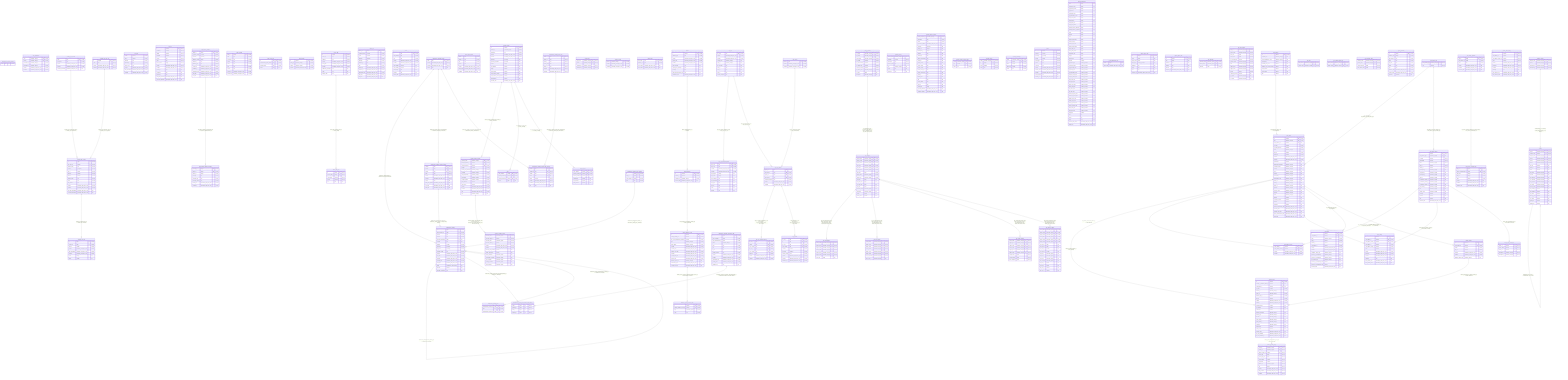
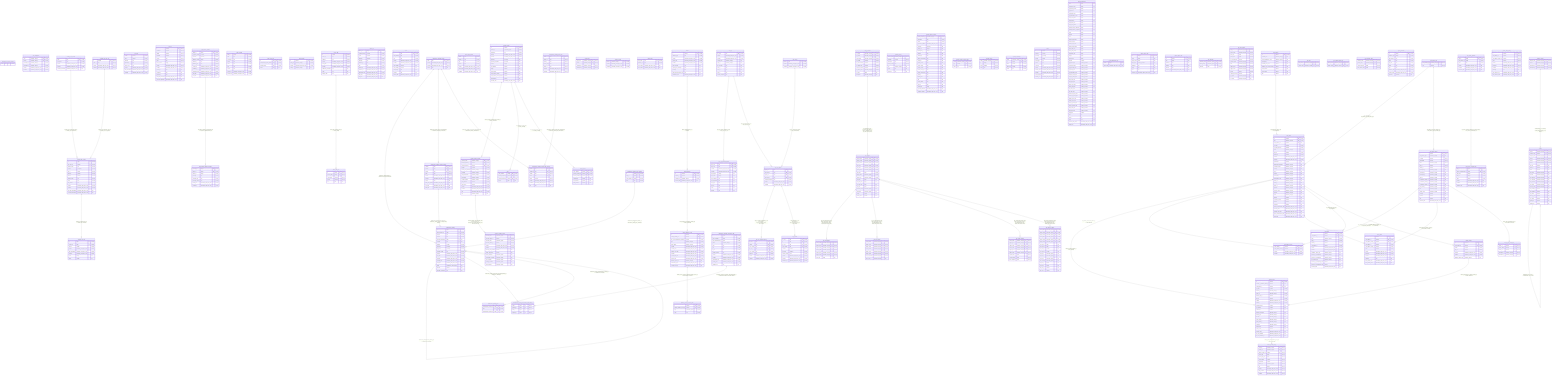
erDiagram

    allowed_tms_sensor_constant {
        name text PK "not null"
    }

    camera_preset {
        id numeric PK "not null"
        nearest_rd_weather_station_id numeric FK "null"
        road_station_id numeric FK "null"
        is_public boolean "not null"
        camera_id character_varying "not null"
        preset_id character_varying "not null"
        camera_lotju_id numeric "not null"
        lotju_id numeric "not null"
        created timestamp_with_time_zone "not null"
        modified timestamp_with_time_zone "not null"
        default_direction boolean "null"
        in_collection boolean "null"
        publishable boolean "null"
        camera_description character_varying "null"
        camera_type character_varying "null"
        direction character_varying "null"
        preset_name_1 character_varying "null"
        preset_name_2 character_varying "null"
        resolution character_varying "null"
        compression numeric "null"
        preset_order numeric "null"
        obsolete_date timestamp_with_time_zone "null"
        pic_last_modified timestamp_with_time_zone "null"
        pic_last_modified_db timestamp_with_time_zone "null"
    }

    camera_preset_history {
        preset_id character_varying PK "not null"
        version_id character_varying PK "not null"
        camera_preset_id numeric FK "not null"
        preset_seq bigint "not null"
        preset_seq_prev bigint "not null"
        preset_public boolean "not null"
        publishable boolean "not null"
        camera_id character_varying "not null"
        size integer "not null"
        created timestamp_with_time_zone "not null"
        last_modified timestamp_with_time_zone "not null"
        modified timestamp_with_time_zone "not null"
    }

    code_description {
        code character_varying PK "not null"
        domain character_varying PK "not null"
        description_en character_varying "not null"
        description_fi character_varying "not null"
        created timestamp_with_time_zone "not null"
        modified timestamp_with_time_zone "not null"
    }

    counting_site_counter {
        id bigint PK "not null"
        user_type_id smallint FK "not null"
        domain_name text FK "not null"
        location geography "not null"
        site_id integer "not null"
        direction smallint "not null"
        interval smallint "not null"
        domain_name text "not null"
        name text "not null"
        site_domain text "not null"
        created timestamp_with_time_zone "not null"
        modified timestamp_with_time_zone "not null"
        last_data_timestamp timestamp_with_time_zone "null"
        removed_timestamp timestamp_with_time_zone "null"
    }

    counting_site_data {
        id bigint PK "not null"
        counter_id bigint FK "not null"
        interval smallint "not null"
        created timestamp_with_time_zone "not null"
        data_timestamp timestamp_with_time_zone "not null"
        modified timestamp_with_time_zone "not null"
        count integer "null"
        status smallint "null"
    }

    counting_site_domain {
        name text PK "not null"
        description text "not null"
        created timestamp_with_time_zone "not null"
        modified timestamp_with_time_zone "not null"
        removed_timestamp timestamp_with_time_zone "null"
    }

    counting_site_user_type {
        id smallint PK "not null"
        name text "not null"
        created timestamp_with_time_zone "not null"
        modified timestamp_with_time_zone "not null"
    }

    cs2_data {
        counts numeric "not null"
        site_id numeric "not null"
        direction text "not null"
        granularity text "not null"
        travel_mode text "not null"
        created timestamp_with_time_zone "not null"
        data_timestamp timestamp_with_time_zone "not null"
        modified timestamp_with_time_zone "not null"
    }

    cs2_site {
        id numeric PK "not null"
        directional boolean "not null"
        latitude numeric "not null"
        longitude numeric "not null"
        domain text "not null"
        name text "not null"
        travel_modes text[] "not null"
        created timestamp_with_time_zone "not null"
        modified timestamp_with_time_zone "not null"
        custom_id text "null"
        description text "null"
        granularity text "null"
        last_data_timestamp timestamp_with_time_zone "null"
        removed_timestamp timestamp_with_time_zone "null"
    }

    data_datex2_situation {
        datex2_id integer PK "not null"
        is_latest_version boolean "not null"
        geometry geometry "not null"
        situation_version integer "not null"
        situation_id text "not null"
        situation_type text "not null"
        created_at timestamp_with_time_zone "not null"
        modified_at timestamp_with_time_zone "not null"
        publication_time timestamp_with_time_zone "not null"
        start_time timestamp_with_time_zone "not null"
        end_time timestamp_with_time_zone "null"
    }

    data_datex2_situation_message {
        message_id integer PK "not null"
        datex2_id integer FK "not null"
        datex2_id integer "not null"
        message text "not null"
        message_type text "not null"
        message_version text "not null"
        created_at timestamp_with_time_zone "not null"
        modified_at timestamp_with_time_zone "not null"
    }

    data_incoming {
        data_id integer PK "not null"
        data text "not null"
        message_id text "not null"
        source text "not null"
        status text "not null"
        type text "not null"
        version text "not null"
        created_at timestamp_with_time_zone "not null"
        modified_at timestamp_with_time_zone "not null"
    }

    data_source_info {
        id text PK "not null"
        recommended_fetch_interval text "not null"
        update_interval text "not null"
        source text "null"
    }

    data_updated {
        id numeric PK "not null"
        data_type character_varying "not null"
-         subtype character_varying "not null"
        updated timestamp_with_time_zone "not null"
+         subtype character_varying "null"
    }

    datex2 {
        id numeric PK "not null"
        situation_type text "not null"
        created timestamp_with_time_zone "not null"
        import_date timestamp_with_time_zone "not null"
        modified timestamp_with_time_zone "not null"
        json_message json "null"
        original_json_message json "null"
        message text "null"
        traffic_announcement_type text "null"
        publication_time timestamp_with_time_zone "null"
    }

    datex2_rtti {
        datex2_id integer PK "not null"
        is_latest_version boolean "not null"
        is_srti boolean "not null"
        geometry geometry "not null"
        message text "not null"
        situation_id text "not null"
        type text "not null"
        created_at timestamp_with_time_zone "not null"
        modified_at timestamp_with_time_zone "not null"
        publication_time timestamp_with_time_zone "not null"
        start_time timestamp_with_time_zone "not null"
        end_time timestamp_with_time_zone "null"
    }

    datex2_situation {
        id numeric PK "not null"
        datex2_id numeric FK "not null"
        situation_id character_varying "not null"
        version_time timestamp_with_time_zone "null"
    }

    datex2_situation_record {
        id numeric PK "not null"
        datex2_situation_id numeric FK "not null"
        life_cycle_management_canceled boolean "not null"
        type character_varying "not null"
        validy_status character_varying "not null"
        created timestamp_with_time_zone "not null"
        creation_time timestamp_with_time_zone "not null"
        effective_end_time timestamp_with_time_zone "not null"
        modified timestamp_with_time_zone "not null"
        overall_start_time timestamp_with_time_zone "not null"
        version_time timestamp_with_time_zone "not null"
        situation_record_id character_varying "null"
        observation_time timestamp_with_time_zone "null"
        overall_end_time timestamp_with_time_zone "null"
    }

    device {
        id text PK "not null"
        road_address text "not null"
        type text "not null"
        created timestamp_with_time_zone "not null"
        modified timestamp_with_time_zone "not null"
        etrs_tm35fin_x numeric "null"
        etrs_tm35fin_y numeric "null"
        carriageway text "null"
        direction text "null"
        deleted_date timestamp_with_time_zone "null"
    }

    device_data {
        id integer PK "not null"
        device_id text "not null"
        reliability text "not null"
        created timestamp_with_time_zone "not null"
        effect_date timestamp_with_time_zone "not null"
        modified timestamp_with_time_zone "not null"
        additional_information text "null"
        cause text "null"
        display_value text "null"
    }

    device_data_datex2 {
        datex2 text "not null"
        device_id text "not null"
        type text "not null"
        version text "not null"
        created timestamp_with_time_zone "not null"
        effect_date timestamp_with_time_zone "not null"
        modified timestamp_with_time_zone "null"
    }

    device_data_row {
        id integer PK "not null"
        device_data_id integer FK "not null"
        row_number numeric "not null"
        screen numeric "not null"
        text text "null"
    }

    forecast_condition_reason {
        forecast_name character_varying PK "not null"
        forecast_section_id numeric PK "not null"
        forecast_name character_varying FK "not null"
        forecast_section_id numeric FK "not null"
        created timestamp_with_time_zone "not null"
        modified timestamp_with_time_zone "not null"
        freezing_rain_condition boolean "null"
        winter_slipperiness boolean "null"
        friction_condition character_varying "null"
        precipitation_condition character_varying "null"
        road_condition character_varying "null"
        visibility_condition character_varying "null"
        wind_condition character_varying "null"
    }

    forecast_section {
        id numeric PK "not null"
        natural_id character_varying "not null"
        description text "not null"
        created timestamp_with_time_zone "not null"
        modified timestamp_with_time_zone "not null"
        geometry geometry "null"
        geometry_simplified geometry "null"
        version integer "null"
        end_distance numeric "null"
        length numeric "null"
        road_number numeric "null"
        road_section_number numeric "null"
        road_section_version_number numeric "null"
        start_distance numeric "null"
        obsolete_date timestamp_with_time_zone "null"
    }

    forecast_section_weather {
        forecast_name character_varying PK "not null"
        forecast_section_id numeric PK "not null"
        forecast_section_id numeric FK "not null"
        daylight boolean "not null"
        overall_road_condition character_varying "not null"
        reliability character_varying "not null"
        road_temperature character_varying "not null"
        temperature character_varying "not null"
        weather_symbol character_varying "not null"
        wind_direction numeric "not null"
        wind_speed numeric "not null"
        created timestamp_with_time_zone "not null"
        modified timestamp_with_time_zone "not null"
        time timestamp_with_time_zone "not null"
        type character_varying "null"
    }

    link_id {
        order_number integer PK "not null"
        forecast_section_id numeric PK "not null"
        forecast_section_id numeric FK "not null"
        link_id bigint "null"
    }

    location {
        version character_varying PK "not null"
        location_code numeric PK "not null"
        subtype_code character_varying FK "not null"
        version character_varying FK "not null"
        version character_varying FK "not null"
        version character_varying FK "not null"
        area_ref numeric FK "null"
        linear_ref numeric FK "null"
        urban boolean "null"
        first_name character_varying "null"
        geocode character_varying "null"
        neg_direction character_varying "null"
        pos_direction character_varying "null"
        road_junction character_varying "null"
        road_name character_varying "null"
        second_name character_varying "null"
        etrs_tm35fin_x numeric "null"
        etrs_tm35fin_y numeric "null"
        neg_offset numeric "null"
        order_of_point numeric "null"
        pos_offset numeric "null"
        wgs84_lat numeric "null"
        wgs84_long numeric "null"
    }

    location_subtype {
        subtype_code character_varying PK "not null"
        version character_varying PK "not null"
        description_en character_varying "not null"
        description_fi character_varying "not null"
    }

    location_type {
        type_code character_varying PK "not null"
        version character_varying PK "not null"
        description_en character_varying "not null"
        description_fi character_varying "not null"
    }

    location_version {
        version character_varying PK "not null"
        created timestamp_with_time_zone "not null"
        modified timestamp_with_time_zone "not null"
    }

    locking_table {
        lock_name text PK "not null"
        instance_id text "not null"
        lock_expires timestamp_with_time_zone "null"
        lock_locked timestamp_with_time_zone "null"
    }

    maintenance_tracking {
        id bigint PK "not null"
        work_machine_id bigint FK "not null"
        domain text FK "not null"
        domain text FK "not null"
        previous_tracking_id bigint FK "null"
        contract text FK "null"
        finished boolean "not null"
        geometry geometry "not null"
        last_point geometry "not null"
        sending_system text "not null"
        created timestamp_with_time_zone "not null"
        end_time timestamp_with_time_zone "not null"
        modified timestamp_with_time_zone "not null"
        sending_time timestamp_with_time_zone "not null"
        start_time timestamp_with_time_zone "not null"
        tasks maintenance_task_enum[] "null"
        direction numeric "null"
        message_original_id text "null"
    }

    maintenance_tracking_domain {
        name text PK "not null"
        created timestamp_with_time_zone "not null"
        modified timestamp_with_time_zone "not null"
        source text "null"
    }

    maintenance_tracking_domain_contract {
        contract text PK "not null"
        domain text PK "not null"
        domain text FK "not null"
        name text "not null"
        created timestamp_with_time_zone "not null"
        modified timestamp_with_time_zone "not null"
        source text "null"
        data_last_updated timestamp_with_time_zone "null"
        end_date timestamp_with_time_zone "null"
        start_date timestamp_with_time_zone "null"
    }

    maintenance_tracking_domain_task_mapping {
        domain text PK "not null"
        original_id text PK "not null"
        domain text FK "not null"
        name text FK "null"
        ignore boolean "not null"
        created timestamp_with_time_zone "not null"
        modified timestamp_with_time_zone "not null"
        info text "null"
    }

    maintenance_tracking_observation_data {
        id bigint PK "not null"
        harja_contract_id bigint "not null"
        harja_workmachine_id bigint "not null"
        status character_varying "not null"
        hash text "not null"
        json text "not null"
        s3_uri text "not null"
        sending_system text "not null"
        created timestamp_with_time_zone "not null"
        modified timestamp_with_time_zone "not null"
        observation_time timestamp_with_time_zone "not null"
        sending_time timestamp_with_time_zone "not null"
        handling_info text "null"
    }

    maintenance_tracking_observation_data_tracking {
        data_id bigint PK "not null"
        tracking_id bigint PK "not null"
        data_id bigint FK "not null"
        tracking_id bigint FK "not null"
    }

    maintenance_tracking_task {
        maintenance_tracking_id bigint PK "not null"
        task text PK "not null"
        maintenance_tracking_id bigint FK "not null"
    }

    maintenance_tracking_task_value {
        name text PK "not null"
        name_en text "not null"
        name_fi text "not null"
        name_harja text "not null"
        name_sv text "not null"
        created timestamp_with_time_zone "not null"
        modified timestamp_with_time_zone "not null"
    }

    maintenance_tracking_work_machine {
        id bigint PK "not null"
        harja_id bigint "not null"
        harja_urakka_id bigint "not null"
        type text "not null"
    }

    ocpi_cpo {
        dt_cpo_id text PK "not null"
        created timestamp_with_time_zone "not null"
        modified timestamp_with_time_zone "not null"
        country_code character_varying "null"
        party_id character_varying "null"
        dt_cpo_name text "null"
        token_a text "null"
        token_b text "null"
        token_c text "null"
        versions_endpoint text "null"
    }

    ocpi_cpo_business_details {
        dt_cpo_id text PK "not null"
        dt_cpo_id text FK "not null"
        created timestamp_with_time_zone "not null"
        modified timestamp_with_time_zone "not null"
        logo_height integer "null"
        logo_width integer "null"
        logo_category text "null"
        logo_thumbnail text "null"
        logo_type text "null"
        logo_url text "null"
        name text "null"
        website text "null"
    }

    ocpi_cpo_module_endpoint {
        dt_cpo_id text PK "not null"
        module text PK "not null"
        ocpi_version text PK "not null"
        dt_cpo_id text FK "not null"
        ocpi_version text FK "not null"
        endpoint text "not null"
        created timestamp_with_time_zone "not null"
        modified timestamp_with_time_zone "not null"
    }

    ocpi_cpo_version {
        dt_cpo_id text PK "not null"
        ocpi_version text PK "not null"
        dt_cpo_id text FK "not null"
        ocpi_version text FK "not null"
        endpoints_endpoint text "not null"
        created timestamp_with_time_zone "not null"
        modified timestamp_with_time_zone "not null"
    }

    ocpi_location {
        dt_cpo_id text PK "not null"
        id text PK "not null"
        dt_cpo_id text FK "not null"
        ocpi_version text FK "not null"
        removed boolean "not null"
        geometry geometry "not null"
        location_object jsonb "not null"
        created timestamp_with_time_zone "not null"
        modified timestamp_with_time_zone "not null"
        modified_cpo timestamp_with_time_zone "not null"
    }

    ocpi_version {
        version text PK "not null"
        created timestamp_with_time_zone "not null"
        modified timestamp_with_time_zone "not null"
    }

    open311_service {
        service_code character_varying PK "not null"
        metadata boolean "not null"
        description text "not null"
        service_name text "not null"
        type character_varying "null"
        group text "null"
        keywords text "null"
    }

    open311_service_request {
        service_request_id character_varying PK "not null"
        description text "not null"
        status text "not null"
        requested_datetime timestamp_with_time_zone "not null"
        geometry geometry "null"
        subject_id integer "null"
        subsubject_id integer "null"
        address text "null"
        address_id text "null"
        agency_responsible text "null"
        media_url text "null"
        service_code text "null"
        service_name text "null"
        service_notice text "null"
        service_object_id text "null"
        service_object_type text "null"
        status_id text "null"
        status_notes text "null"
        title text "null"
        vendor_status text "null"
        zipcode text "null"
        media_urls text[] "null"
        expected_datetime timestamp_with_time_zone "null"
        updated_datetime timestamp_with_time_zone "null"
    }

    open311_service_request_state {
        locale character_varying PK "not null"
        key smallint PK "not null"
        name text "not null"
    }

    open311_subject {
        locale character_varying PK "not null"
        id integer PK "not null"
        active smallint "not null"
        name text "not null"
    }

    open311_subsubject {
        locale character_varying PK "not null"
        id integer PK "not null"
        active smallint "not null"
        subject_id smallint "not null"
        name text "not null"
    }

    permit {
        id integer PK "not null"
        removed boolean "not null"
        geometry geometry "not null"
        version integer "not null"
        permit_type text "not null"
        source text "not null"
        source_id text "not null"
        created timestamp_with_time_zone "not null"
        effective_from timestamp_with_time_zone "not null"
        modified timestamp_with_time_zone "not null"
        permit_subject text "null"
        effective_to timestamp_with_time_zone "null"
    }

    pg_stat_statements {
        calls bigint "null"
        jit_deform_count bigint "null"
        jit_emission_count bigint "null"
        jit_functions bigint "null"
        jit_inlining_count bigint "null"
        jit_optimization_count bigint "null"
        local_blks_dirtied bigint "null"
        local_blks_hit bigint "null"
        local_blks_read bigint "null"
        local_blks_written bigint "null"
        parallel_workers_launched bigint "null"
        parallel_workers_to_launch bigint "null"
        plans bigint "null"
        queryid bigint "null"
        rows bigint "null"
        shared_blks_dirtied bigint "null"
        shared_blks_hit bigint "null"
        shared_blks_read bigint "null"
        shared_blks_written bigint "null"
        temp_blks_read bigint "null"
        temp_blks_written bigint "null"
        wal_buffers_full bigint "null"
        wal_fpi bigint "null"
        wal_records bigint "null"
        toplevel boolean "null"
        jit_deform_time double_precision "null"
        jit_emission_time double_precision "null"
        jit_generation_time double_precision "null"
        jit_inlining_time double_precision "null"
        jit_optimization_time double_precision "null"
        local_blk_read_time double_precision "null"
        local_blk_write_time double_precision "null"
        max_exec_time double_precision "null"
        max_plan_time double_precision "null"
        mean_exec_time double_precision "null"
        mean_plan_time double_precision "null"
        min_exec_time double_precision "null"
        min_plan_time double_precision "null"
        shared_blk_read_time double_precision "null"
        shared_blk_write_time double_precision "null"
        stddev_exec_time double_precision "null"
        stddev_plan_time double_precision "null"
        temp_blk_read_time double_precision "null"
        temp_blk_write_time double_precision "null"
        total_exec_time double_precision "null"
        total_plan_time double_precision "null"
        wal_bytes numeric "null"
        dbid oid "null"
        userid oid "null"
        query text "null"
        minmax_stats_since timestamp_with_time_zone "null"
        stats_since timestamp_with_time_zone "null"
    }

    pg_stat_statements_info {
        dealloc bigint "null"
        stats_reset timestamp_with_time_zone "null"
    }

    pghero_query_stats {
        id integer PK "not null"
        calls bigint "null"
        query_hash bigint "null"
        total_time double_precision "null"
        database text "null"
        query text "null"
        user text "null"
        captured_at timestamp_without_time_zone "null"
    }

    pghero_space_stats {
        id integer PK "not null"
        size bigint "null"
        database text "null"
        relation text "null"
        schema text "null"
        captured_at timestamp_without_time_zone "null"
    }

    qrtz_blob_triggers {
        sched_name character_varying PK "not null"
        trigger_group character_varying PK "not null"
        trigger_name character_varying PK "not null"
        sched_name character_varying FK "not null"
        trigger_group character_varying FK "not null"
        trigger_name character_varying FK "not null"
        blob_data bytea "null"
    }

    qrtz_calendars {
        calendar_name character_varying PK "not null"
        sched_name character_varying PK "not null"
        calendar bytea "not null"
    }

    qrtz_cron_triggers {
        sched_name character_varying PK "not null"
        trigger_group character_varying PK "not null"
        trigger_name character_varying PK "not null"
        sched_name character_varying FK "not null"
        trigger_group character_varying FK "not null"
        trigger_name character_varying FK "not null"
        cron_expression character_varying "not null"
        time_zone_id character_varying "null"
    }

    qrtz_fired_triggers {
        entry_id character_varying PK "not null"
        sched_name character_varying PK "not null"
        fired_time bigint "not null"
        sched_time bigint "not null"
        is_nonconcurrent boolean "not null"
        instance_name character_varying "not null"
        state character_varying "not null"
        trigger_group character_varying "not null"
        trigger_name character_varying "not null"
        priority integer "not null"
        requests_recovery boolean "null"
        job_group character_varying "null"
        job_name character_varying "null"
    }

    qrtz_job_details {
        job_group character_varying PK "not null"
        job_name character_varying PK "not null"
        sched_name character_varying PK "not null"
        is_durable boolean "not null"
        is_nonconcurrent boolean "not null"
        is_update_data boolean "not null"
        requests_recovery boolean "not null"
        job_class_name character_varying "not null"
        job_data bytea "null"
        description character_varying "null"
    }

    qrtz_locks {
        lock_name character_varying PK "not null"
        sched_name character_varying PK "not null"
    }

    qrtz_paused_trigger_grps {
        sched_name character_varying PK "not null"
        trigger_group character_varying PK "not null"
    }

    qrtz_scheduler_state {
        instance_name character_varying PK "not null"
        sched_name character_varying PK "not null"
        checkin_interval bigint "not null"
        last_checkin_time bigint "not null"
    }

    qrtz_simple_triggers {
        sched_name character_varying PK "not null"
        trigger_group character_varying PK "not null"
        trigger_name character_varying PK "not null"
        sched_name character_varying FK "not null"
        trigger_group character_varying FK "not null"
        trigger_name character_varying FK "not null"
        repeat_count bigint "not null"
        repeat_interval bigint "not null"
        times_triggered bigint "not null"
    }

    qrtz_simprop_triggers {
        sched_name character_varying PK "not null"
        trigger_group character_varying PK "not null"
        trigger_name character_varying PK "not null"
        sched_name character_varying FK "not null"
        trigger_group character_varying FK "not null"
        trigger_name character_varying FK "not null"
        long_prop_1 bigint "null"
        long_prop_2 bigint "null"
        bool_prop_1 boolean "null"
        bool_prop_2 boolean "null"
        str_prop_1 character_varying "null"
        str_prop_2 character_varying "null"
        str_prop_3 character_varying "null"
        time_zone_id character_varying "null"
        int_prop_1 integer "null"
        int_prop_2 integer "null"
        dec_prop_1 numeric "null"
        dec_prop_2 numeric "null"
    }

    qrtz_triggers {
        sched_name character_varying PK "not null"
        trigger_group character_varying PK "not null"
        trigger_name character_varying PK "not null"
        job_group character_varying FK "not null"
        job_name character_varying FK "not null"
        sched_name character_varying FK "not null"
        start_time bigint "not null"
        trigger_state character_varying "not null"
        trigger_type character_varying "not null"
        end_time bigint "null"
        next_fire_time bigint "null"
        prev_fire_time bigint "null"
        job_data bytea "null"
        calendar_name character_varying "null"
        description character_varying "null"
        priority integer "null"
        misfire_instr smallint "null"
    }

    region_geometry {
        id integer PK "not null"
        location_code integer "not null"
        git_commit_id text "not null"
        git_id text "not null"
        git_path text "not null"
        name text "not null"
        type text "not null"
        effective_date timestamp_with_time_zone "not null"
        version_date timestamp_with_time_zone "not null"
        geometry geometry "null"
    }

    road_address {
        id numeric PK "not null"
        contract_area character_varying "null"
        road_maintenance_class character_varying "null"
        carriageway numeric "null"
        contract_area_code numeric "null"
        distance_from_road_section_st numeric "null"
        road_number numeric "null"
        road_section numeric "null"
        side numeric "null"
    }

    road_segment {
        order_number integer PK "not null"
        forecast_section_id numeric PK "not null"
        forecast_section_id numeric FK "not null"
        carriageway integer "null"
        end_distance integer "null"
        start_distance integer "null"
    }

    road_station {
        id numeric PK "not null"
        type character_varying FK "not null"
        road_address_id numeric FK "null"
        is_public boolean "not null"
        is_public_previous boolean "not null"
        name character_varying "not null"
        lotju_id numeric "not null"
        natural_id numeric "not null"
        created timestamp_with_time_zone "not null"
        modified timestamp_with_time_zone "not null"
        publishable boolean "null"
        additional_information character_varying "null"
        collection_status character_varying "null"
        country character_varying "null"
        livi_id character_varying "null"
        location character_varying "null"
        municipality character_varying "null"
        municipality_code character_varying "null"
        name_en character_varying "null"
        name_fi character_varying "null"
        name_sv character_varying "null"
        province character_varying "null"
        province_code character_varying "null"
        purpose character_varying "null"
        state character_varying "null"
        altitude numeric "null"
        collection_interval numeric "null"
        latitude numeric "null"
        longitude numeric "null"
        annual_maintenance_date timestamp_with_time_zone "null"
        obsolete_date timestamp_with_time_zone "null"
        publicity_start_time timestamp_with_time_zone "null"
        repair_maintenance_date timestamp_with_time_zone "null"
        start_date timestamp_with_time_zone "null"
    }

    road_station_sensor {
        id numeric PK "not null"
        road_station_type character_varying FK "null"
        is_public boolean "not null"
        publishable boolean "not null"
        name character_varying "not null"
        lotju_id numeric "not null"
        natural_id numeric "not null"
        description_en character_varying "null"
        description_fi character_varying "null"
        description_sv character_varying "null"
        name_fi character_varying "null"
        presentation_name_en character_varying "null"
        presentation_name_fi character_varying "null"
        presentation_name_sv character_varying "null"
        short_name_fi character_varying "null"
        unit character_varying "null"
        vehicle_class character_varying "null"
        accuracy numeric "null"
        direction numeric "null"
        lane numeric "null"
        obsolete_date timestamp_with_time_zone "null"
    }

    road_station_sensors {
        road_station_id numeric FK "not null"
        road_station_sensor_id numeric FK "not null"
        created timestamp_with_time_zone "not null"
        modified timestamp_with_time_zone "not null"
    }

    road_station_type {
        road_station_type character_varying PK "not null"
        type numeric "not null"
    }

    sensor_value {
        id numeric PK "not null"
        road_station_id numeric FK "not null"
        road_station_sensor_id numeric FK "not null"
        road_station_id numeric "not null"
        road_station_sensor_id numeric "not null"
        value numeric "not null"
        created timestamp_with_time_zone "not null"
        measured timestamp_with_time_zone "not null"
        modified timestamp_with_time_zone "not null"
        reliability text "null"
        time_window_end timestamp_with_time_zone "null"
        time_window_start timestamp_with_time_zone "null"
    }

    sensor_value_description {
        sensor_id numeric PK "not null"
        sensor_value numeric PK "not null"
        sensor_id numeric FK "not null"
        description_en character_varying "not null"
        description_fi character_varying "not null"
    }

    sensor_value_history {
        id numeric PK "not null"
        road_station_id numeric "not null"
        road_station_sensor_id numeric "not null"
        value numeric "not null"
        created timestamp_with_time_zone "not null"
        measured timestamp_with_time_zone "not null"
        modified timestamp_with_time_zone "not null"
        reliability text "null"
        time_window_end timestamp_with_time_zone "null"
        time_window_start timestamp_with_time_zone "null"
    }

    situation_record_comment_i18n {
        id numeric PK "not null"
        datex2_situation_record_id numeric FK "not null"
        lang character_varying "not null"
        value text "not null"
    }

    tms_sensor_constant {
        lotju_id bigint PK "not null"
        road_station_id bigint "not null"
        name text "not null"
        created timestamp_with_time_zone "null"
        modified timestamp_with_time_zone "null"
        obsolete_date timestamp_with_time_zone "null"
    }

    tms_sensor_constant_value {
        lotju_id bigint PK "not null"
        sensor_constant_lotju_id bigint FK "not null"
        valid_from integer "not null"
        valid_to integer "not null"
        value integer "not null"
        created timestamp_with_time_zone "null"
        modified timestamp_with_time_zone "null"
        obsolete_date timestamp_with_time_zone "null"
    }

    tms_station {
        id numeric PK "not null"
        road_station_id numeric FK "not null"
        name character_varying "not null"
        lotju_id numeric "not null"
        natural_id numeric "not null"
        road_station_id numeric "not null"
        created timestamp_with_time_zone "not null"
        modified timestamp_with_time_zone "not null"
        calculator_device_type character_varying "null"
        direction_1_municipality character_varying "null"
        direction_2_municipality character_varying "null"
        tms_station_type character_varying "null"
        direction_1_municipality_code numeric "null"
        direction_2_municipality_code numeric "null"
        obsolete_date timestamp_with_time_zone "null"
    }

    weather_station {
        id numeric PK "not null"
        road_station_id numeric FK "not null"
        master boolean "not null"
        lotju_id numeric "not null"
        created timestamp_with_time_zone "not null"
        modified timestamp_with_time_zone "not null"
        weather_station_type character_varying "null"
    }

    camera_preset ||--o{ camera_preset_history : "camera_preset_history(camera_preset_id) -> camera_preset(id)"
    counting_site_counter ||--o{ counting_site_data : "counting_site_data(counter_id) -> counting_site_counter(id)"
    counting_site_domain ||--o{ counting_site_counter : "counting_site_counter(domain_name) -> counting_site_domain(name)"
    counting_site_user_type ||--o{ counting_site_counter : "counting_site_counter(user_type_id) -> counting_site_user_type(id)"
    data_datex2_situation ||--o{ data_datex2_situation_message : "data_datex2_situation_message(datex2_id) -> data_datex2_situation(datex2_id)"
    datex2 ||--o{ datex2_situation : "datex2_situation(datex2_id) -> datex2(id)"
    datex2_situation ||--o{ datex2_situation_record : "datex2_situation_record(datex2_situation_id) -> datex2_situation(id)"
    datex2_situation_record ||--o{ situation_record_comment_i18n : "situation_record_comment_i18n(datex2_situation_record_id) -> datex2_situation_record(id)"
    device_data ||--o{ device_data_row : "device_data_row(device_data_id) -> device_data(id)"
    forecast_section ||--o{ forecast_section_weather : "forecast_section_weather(forecast_section_id) -> forecast_section(id)"
    forecast_section ||--o{ link_id : "link_id(forecast_section_id) -> forecast_section(id)"
    forecast_section ||--o{ road_segment : "road_segment(forecast_section_id) -> forecast_section(id)"
    forecast_section_weather ||--o{ forecast_condition_reason : "forecast_condition_reason(forecast_name, forecast_section_id) -> forecast_section_weather(forecast_name, forecast_section_id)"
    location ||--o{ location : "location(area_ref, version) -> location(location_code, version)"
    location ||--o{ location : "location(linear_ref, version) -> location(location_code, version)"
    location_subtype ||--o{ location : "location(subtype_code, version) -> location_subtype(subtype_code, version)"
    maintenance_tracking ||--o{ maintenance_tracking : "maintenance_tracking(previous_tracking_id) -> maintenance_tracking(id)"
    maintenance_tracking ||--o{ maintenance_tracking_observation_data_tracking : "maintenance_tracking_observation_data_tracking(tracking_id) -> maintenance_tracking(id)"
    maintenance_tracking ||--o{ maintenance_tracking_task : "maintenance_tracking_task(maintenance_tracking_id) -> maintenance_tracking(id)"
    maintenance_tracking_domain ||--o{ maintenance_tracking : "maintenance_tracking(domain) -> maintenance_tracking_domain(name)"
    maintenance_tracking_domain ||--o{ maintenance_tracking_domain_contract : "maintenance_tracking_domain_contract(domain) -> maintenance_tracking_domain(name)"
    maintenance_tracking_domain ||--o{ maintenance_tracking_domain_task_mapping : "maintenance_tracking_domain_task_mapping(domain) -> maintenance_tracking_domain(name)"
    maintenance_tracking_domain_contract ||--o{ maintenance_tracking : "maintenance_tracking(contract, domain) -> maintenance_tracking_domain_contract(contract, domain)"
    maintenance_tracking_observation_data ||--o{ maintenance_tracking_observation_data_tracking : "maintenance_tracking_observation_data_tracking(data_id) -> maintenance_tracking_observation_data(id)"
    maintenance_tracking_task_value ||--o{ maintenance_tracking_domain_task_mapping : "maintenance_tracking_domain_task_mapping(name) -> maintenance_tracking_task_value(name)"
    maintenance_tracking_work_machine ||--o{ maintenance_tracking : "maintenance_tracking(work_machine_id) -> maintenance_tracking_work_machine(id)"
    ocpi_cpo ||--o{ ocpi_cpo_business_details : "ocpi_cpo_business_details(dt_cpo_id) -> ocpi_cpo(dt_cpo_id)"
    ocpi_cpo ||--o{ ocpi_cpo_version : "ocpi_cpo_version(dt_cpo_id) -> ocpi_cpo(dt_cpo_id)"
    ocpi_cpo_version ||--o{ ocpi_cpo_module_endpoint : "ocpi_cpo_module_endpoint(dt_cpo_id, ocpi_version) -> ocpi_cpo_version(dt_cpo_id, ocpi_version)"
    ocpi_cpo_version ||--o{ ocpi_location : "ocpi_location(dt_cpo_id, ocpi_version) -> ocpi_cpo_version(dt_cpo_id, ocpi_version)"
    ocpi_version ||--o{ ocpi_cpo_version : "ocpi_cpo_version(ocpi_version) -> ocpi_version(version)"
    qrtz_job_details ||--o{ qrtz_triggers : "qrtz_triggers(job_group, job_name, sched_name) -> qrtz_job_details(job_group, job_name, sched_name)"
    qrtz_triggers ||--o{ qrtz_blob_triggers : "qrtz_blob_triggers(sched_name, trigger_group, trigger_name) -> qrtz_triggers(sched_name, trigger_group, trigger_name)"
    qrtz_triggers ||--o{ qrtz_cron_triggers : "qrtz_cron_triggers(sched_name, trigger_group, trigger_name) -> qrtz_triggers(sched_name, trigger_group, trigger_name)"
    qrtz_triggers ||--o{ qrtz_simple_triggers : "qrtz_simple_triggers(sched_name, trigger_group, trigger_name) -> qrtz_triggers(sched_name, trigger_group, trigger_name)"
    qrtz_triggers ||--o{ qrtz_simprop_triggers : "qrtz_simprop_triggers(sched_name, trigger_group, trigger_name) -> qrtz_triggers(sched_name, trigger_group, trigger_name)"
    road_address ||--o{ road_station : "road_station(road_address_id) -> road_address(id)"
    road_station ||--o{ camera_preset : "camera_preset(road_station_id) -> road_station(id)"
    road_station ||--o{ road_station_sensors : "road_station_sensors(road_station_id) -> road_station(id)"
    road_station ||--o{ sensor_value : "sensor_value(road_station_id) -> road_station(id)"
    road_station ||--o{ tms_station : "tms_station(road_station_id) -> road_station(id)"
    road_station ||--o{ weather_station : "weather_station(road_station_id) -> road_station(id)"
    road_station_sensor ||--o{ road_station_sensors : "road_station_sensors(road_station_sensor_id) -> road_station_sensor(id)"
    road_station_sensor ||--o{ sensor_value : "sensor_value(road_station_sensor_id) -> road_station_sensor(id)"
    road_station_sensor ||--o{ sensor_value_description : "sensor_value_description(sensor_id) -> road_station_sensor(id)"
    road_station_type ||--o{ road_station : "road_station(type) -> road_station_type(road_station_type)"
    road_station_type ||--o{ road_station_sensor : "road_station_sensor(road_station_type) -> road_station_type(road_station_type)"
    tms_sensor_constant ||--o{ tms_sensor_constant_value : "tms_sensor_constant_value(sensor_constant_lotju_id) -> tms_sensor_constant(lotju_id)"
    weather_station ||--o{ camera_preset : "camera_preset(nearest_rd_weather_station_id) -> weather_station(id)"
